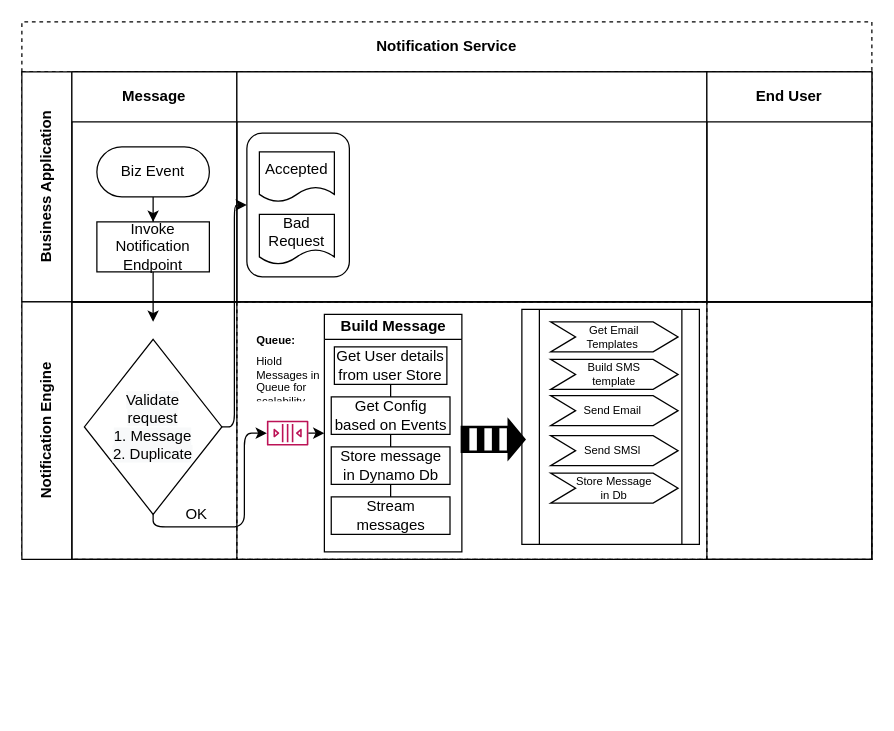
Earlier version of the draw.io diagram Untitled Diagram.drawio (RahulFreeCoder/medical-house). Source tidied: cells renumbered, new cells numbered last; positions are measured from the earlier drawing's top-left corner, leaving out a move shared by most shapes. Both pictures are drawn from the tidied source at 125%, with x=0, y=0 at pixel (21, 21). Pictures stored in the file or linked from it are replaced by grey dashed boxes.
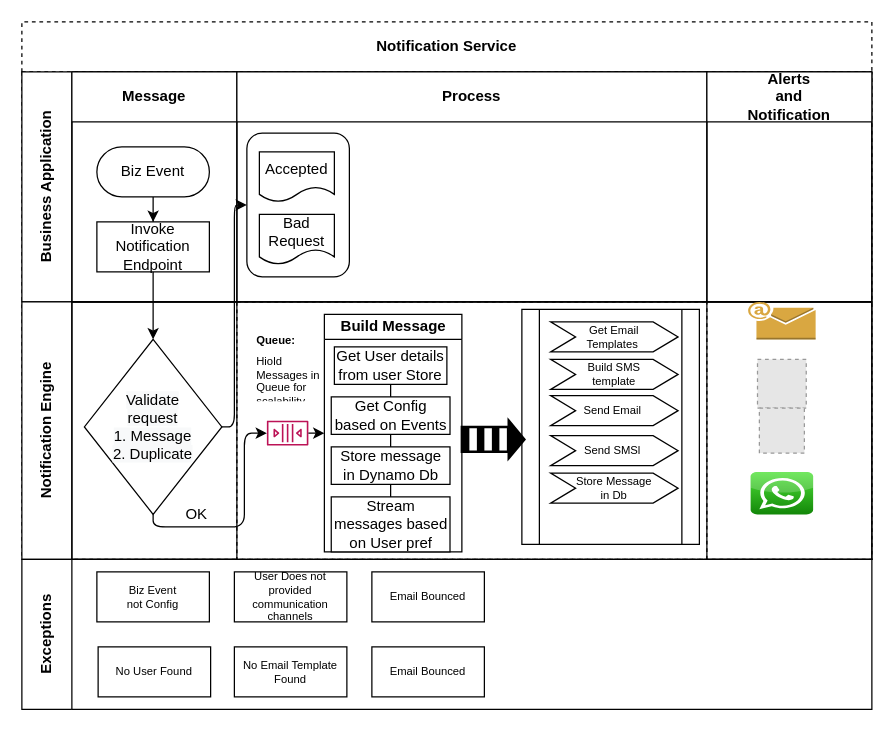
The same page after the edit.

Commit message:
Udated Exceptions

Unchanged cells that the change refers to:
```xml
<mxCell id="2" value="Notification Service" style="shape=table;childLayout=tableLayout;rowLines=0;columnLines=0;startSize=40;html=1;whiteSpace=wrap;fontStyle=1;dashed=1;" parent="1" vertex="1">
  <mxGeometry width="680" height="430" as="geometry" />
</mxCell>
<mxCell id="4" value="Business Application" style="swimlane;horizontal=0;startSize=40;html=1;whiteSpace=wrap;" parent="2" vertex="1">
  <mxGeometry y="40" width="680" height="184" as="geometry" />
</mxCell>
<mxCell id="8" value="Invoke Notification Endpoint" style="rounded=0;whiteSpace=wrap;html=1;" parent="5" vertex="1">
  <mxGeometry x="20" y="120" width="90" height="40" as="geometry" />
</mxCell>
<mxCell id="18" value="&lt;span style=&quot;color: rgb(0 , 0 , 0) ; font-family: &amp;#34;helvetica&amp;#34; ; font-size: 12px ; font-style: normal ; font-weight: 400 ; letter-spacing: normal ; text-align: center ; text-indent: 0px ; text-transform: none ; word-spacing: 0px ; background-color: rgb(248 , 249 , 250) ; display: inline ; float: none&quot;&gt;Validate &lt;br&gt;request&lt;br&gt;1. Message&lt;br&gt;2. Duplicate&lt;br&gt;&lt;/span&gt;" style="rhombus;whiteSpace=wrap;html=1;" parent="16" vertex="1">
  <mxGeometry x="10" y="30" width="110" height="140" as="geometry" />
</mxCell>
<mxCell id="25" value="Build Message" style="swimlane;html=1;startSize=20;horizontal=1;containerType=tree;newEdgeStyle={&quot;edgeStyle&quot;:&quot;elbowEdgeStyle&quot;,&quot;startArrow&quot;:&quot;none&quot;,&quot;endArrow&quot;:&quot;none&quot;};glass=0;" parent="20" vertex="1">
  <mxGeometry x="70" y="10" width="110" height="190" as="geometry" />
</mxCell>
<mxCell id="38" style="swimlane;startSize=0;html=1;whiteSpace=wrap;" parent="15" vertex="1">
  <mxGeometry x="548" width="132" height="206" as="geometry" />
</mxCell>
```

Diff of the diagram source:
```diff
@@
-    <mxCell id="3" style="edgeStyle=orthogonalEdgeStyle;rounded=0;jettySize=auto;html=1;" parent="2" edge="1" source="8">
-      <mxGeometry relative="1" as="geometry">
-        <mxPoint x="105" y="240" as="targetPoint" />
-      </mxGeometry>
+    <mxCell id="3" style="edgeStyle=orthogonalEdgeStyle;rounded=0;jettySize=auto;html=1;entryX=0.5;entryY=0;entryDx=0;entryDy=0;" parent="2" edge="1" source="8" target="18">
+      <mxGeometry relative="1" as="geometry" />
     </mxCell>
@@
-    <mxCell id="9" style="swimlane;startSize=40;html=1;whiteSpace=wrap;" parent="4" vertex="1">
+    <mxCell id="9" value="Process" style="swimlane;startSize=40;html=1;whiteSpace=wrap;" parent="4" vertex="1">
       <mxGeometry x="172" width="376" height="184" as="geometry" />
     </mxCell>
@@
-    <mxCell id="14" value="End User" style="swimlane;startSize=40;html=1;whiteSpace=wrap;" parent="4" vertex="1">
+    <mxCell id="14" value="Alerts &lt;br&gt;and &lt;br&gt;Notification" style="swimlane;startSize=40;html=1;whiteSpace=wrap;" parent="4" vertex="1">
       <mxGeometry x="548" width="132" height="184" as="geometry" />
     </mxCell>
@@
-    <mxCell id="32" value="Stream messages" style="whiteSpace=wrap;html=1;align=center;verticalAlign=middle;newEdgeStyle={&quot;edgeStyle&quot;:&quot;elbowEdgeStyle&quot;,&quot;startArrow&quot;:&quot;none&quot;,&quot;endArrow&quot;:&quot;none&quot;};" parent="25" vertex="1">
-      <mxGeometry x="5.5" y="146" width="95" height="30" as="geometry" />
+    <mxCell id="32" value="Stream messages based on User pref" style="whiteSpace=wrap;html=1;align=center;verticalAlign=middle;newEdgeStyle={&quot;edgeStyle&quot;:&quot;elbowEdgeStyle&quot;,&quot;startArrow&quot;:&quot;none&quot;,&quot;endArrow&quot;:&quot;none&quot;};" parent="25" vertex="1">
+      <mxGeometry x="5.5" y="146" width="95" height="44" as="geometry" />
     </mxCell>
@@
+    <mxCell id="41" style="dashed=0;verticalLabelPosition=bottom;verticalAlign=top;align=center;html=1;shape=mxgraph.aws3.email;fillColor=#D9A741;gradientColor=none;glass=0;fontSize=9;" parent="38" vertex="1">
+      <mxGeometry x="33" width="54" height="30" as="geometry" />
+    </mxCell>
+    <mxCell id="42" style="fillColor=#E6E6E6;strokeColor=#999999;dashed=1;html=1;verticalAlign=top;verticalLabelPosition=bottom;labelBackgroundColor=#ffffff;fontSize=9;" parent="38" vertex="1">
+      <mxGeometry x="40.5" y="46" width="39" height="39" as="geometry" />
+    </mxCell>
+    <mxCell id="43" style="fillColor=#E6E6E6;strokeColor=#999999;dashed=1;html=1;verticalAlign=top;verticalLabelPosition=bottom;labelBackgroundColor=#ffffff;fontSize=9;" parent="38" vertex="1">
+      <mxGeometry x="42" y="85" width="36" height="36" as="geometry" />
+    </mxCell>
+    <mxCell id="44" style="dashed=0;html=1;align=center;labelPosition=center;verticalLabelPosition=bottom;verticalAlign=top;shape=mxgraph.webicons.whatsapp;fillColor=#4FE238;gradientColor=#138709;glass=0;fontSize=9;" parent="38" vertex="1">
+      <mxGeometry x="35" y="136" width="50" height="34" as="geometry" />
+    </mxCell>
@@
+    <mxCell id="45" value="Exceptions" style="swimlane;horizontal=0;startSize=40;html=1;whiteSpace=wrap;" parent="1" vertex="1">
+      <mxGeometry y="430" width="680" height="120" as="geometry" />
+    </mxCell>
+    <mxCell id="46" value="No User Found" style="rounded=0;whiteSpace=wrap;html=1;glass=0;fontSize=9;" parent="45" vertex="1">
+      <mxGeometry x="61" y="70" width="90" height="40" as="geometry" />
+    </mxCell>
+    <mxCell id="47" value="Biz Event &lt;br&gt;not Config" style="rounded=0;whiteSpace=wrap;html=1;glass=0;fontSize=9;" parent="45" vertex="1">
+      <mxGeometry x="60" y="10" width="90" height="40" as="geometry" />
+    </mxCell>
+    <mxCell id="48" value="User Does not provided communication channels" style="rounded=0;whiteSpace=wrap;html=1;glass=0;fontSize=9;" parent="45" vertex="1">
+      <mxGeometry x="170" y="10" width="90" height="40" as="geometry" />
+    </mxCell>
+    <mxCell id="49" value="No Email Template Found" style="rounded=0;whiteSpace=wrap;html=1;glass=0;fontSize=9;" parent="45" vertex="1">
+      <mxGeometry x="170" y="70" width="90" height="40" as="geometry" />
+    </mxCell>
+    <mxCell id="50" value="Email Bounced" style="rounded=0;whiteSpace=wrap;html=1;glass=0;fontSize=9;" parent="45" vertex="1">
+      <mxGeometry x="280" y="70" width="90" height="40" as="geometry" />
+    </mxCell>
+    <mxCell id="51" value="Email Bounced" style="rounded=0;whiteSpace=wrap;html=1;glass=0;fontSize=9;" parent="45" vertex="1">
+      <mxGeometry x="280" y="10" width="90" height="40" as="geometry" />
+    </mxCell>
```
